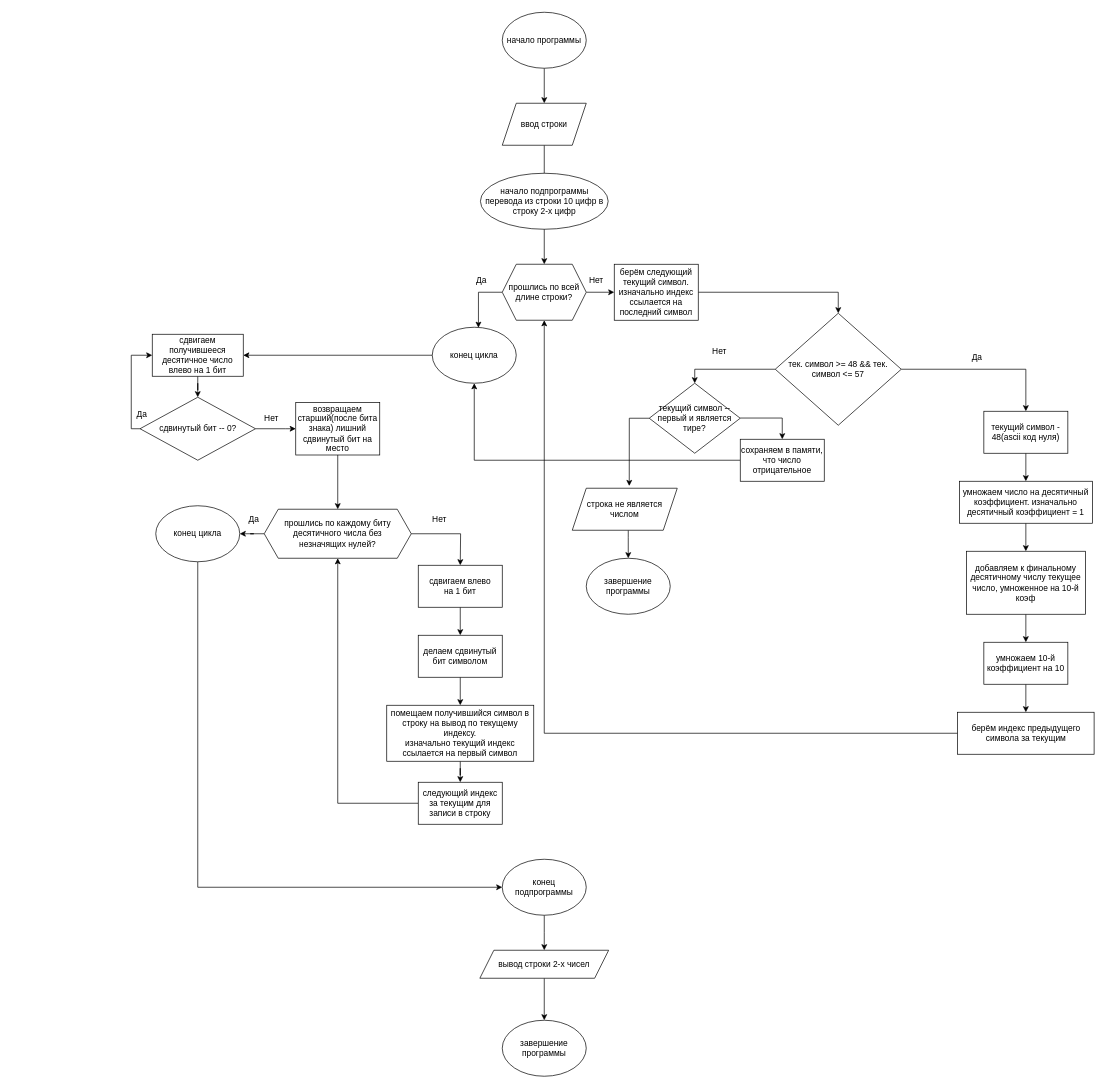
This is assembler_lab6.drawio from Macsik121/flowcharts, a draw.io file, before an edit. Source tidied: cells renumbered, new cells numbered last; positions are measured from the earlier drawing's top-left corner, leaving out a move shared by most shapes. Both pictures are drawn from the tidied source at 70%, with x=0, y=0 at pixel (127, 12).
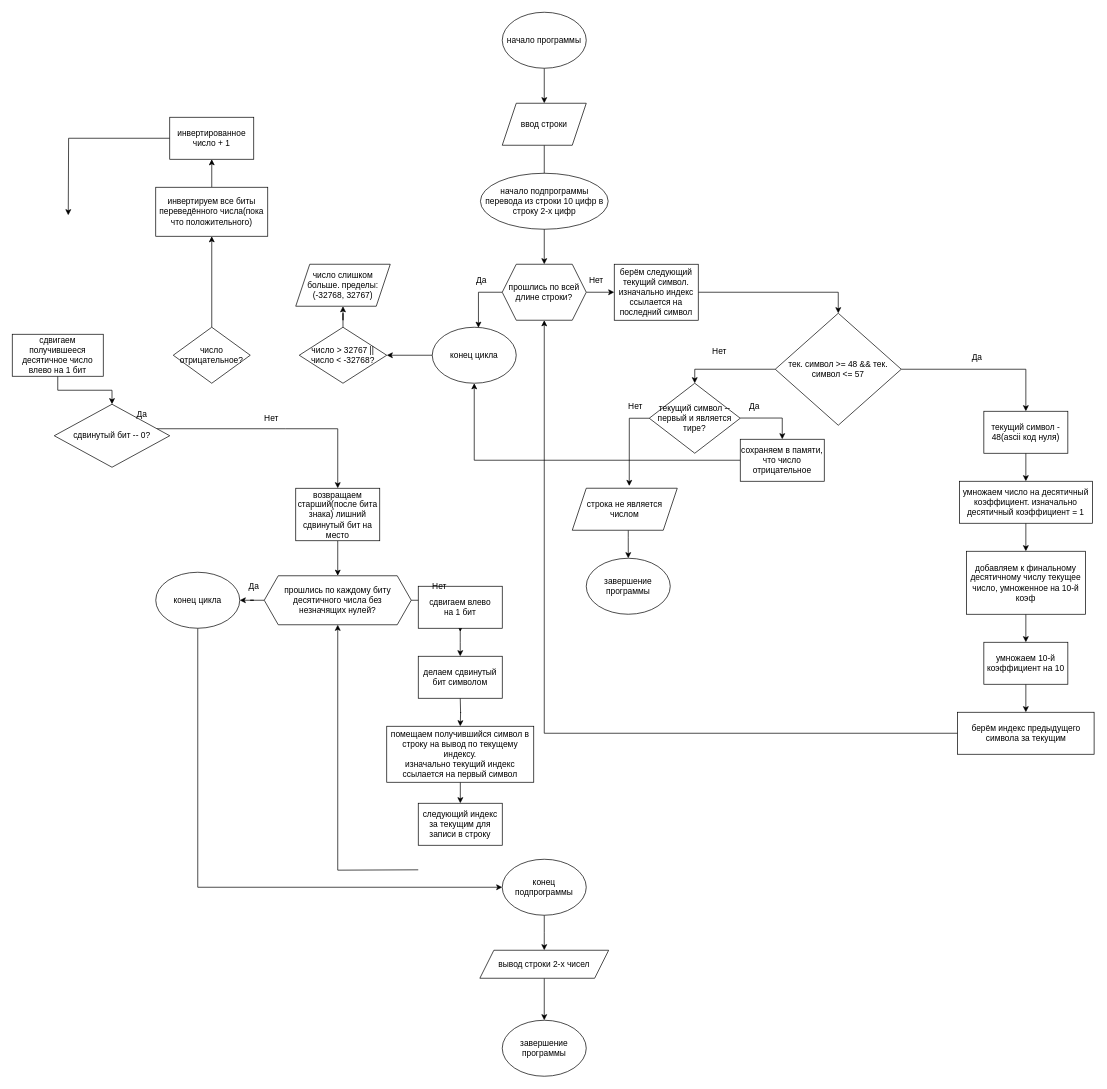
After the change.

Unchanged cells that the change refers to:
```xml
<mxCell id="10" value="конец цикла" style="ellipse;whiteSpace=wrap;html=1;" parent="1" vertex="1">
  <mxGeometry x="435" y="450" width="120" height="80" as="geometry" />
</mxCell>
```

Diff of the diagram source:
```diff
@@
-    <mxCell id="9" style="edgeStyle=orthogonalEdgeStyle;rounded=0;jettySize=auto;html=1;" parent="1" edge="1" source="10" target="26">
-      <mxGeometry relative="1" as="geometry" />
-    </mxCell>
+    <mxCell id="68" style="edgeStyle=orthogonalEdgeStyle;rounded=0;jettySize=auto;html=1;" parent="1" edge="1" source="10" target="78">
+      <mxGeometry relative="1" as="geometry" />
+    </mxCell>
@@
     <mxCell id="26" value="сдвигаем получившееся десятичное число влево на 1 бит" style="whiteSpace=wrap;html=1;" parent="1" vertex="1">
-      <mxGeometry x="35" y="460" width="130" height="60" as="geometry" />
+      <mxGeometry x="-165" y="460" width="130" height="60" as="geometry" />
     </mxCell>
-    <mxCell id="27" style="edgeStyle=orthogonalEdgeStyle;rounded=0;jettySize=auto;html=1;entryX=0;entryY=0.5;entryDx=0;entryDy=0;" parent="1" edge="1" source="29" target="26">
-      <mxGeometry relative="1" as="geometry">
-        <Array as="points">
-          <mxPoint x="5" y="595" />
-          <mxPoint x="5" y="490" />
-        </Array>
-      </mxGeometry>
-    </mxCell>
@@
     <mxCell id="29" value="сдвинутый бит -- 0?" style="rhombus;whiteSpace=wrap;html=1;" parent="1" vertex="1">
-      <mxGeometry x="17.5" y="550" width="165" height="90" as="geometry" />
+      <mxGeometry x="-105" y="560" width="165" height="90" as="geometry" />
     </mxCell>
     <mxCell id="30" style="edgeStyle=orthogonalEdgeStyle;rounded=0;jettySize=auto;html=1;" parent="1" edge="1" source="32">
       <mxGeometry relative="1" as="geometry">
-        <mxPoint x="475" y="790" as="targetPoint" />
+        <mxPoint x="475" y="885" as="targetPoint" />
       </mxGeometry>
     </mxCell>
@@
     <mxCell id="32" value="&lt;div&gt;прошлись по каждому биту десятичного числа без&lt;/div&gt;&lt;div&gt;незначящих нулей?&lt;/div&gt;" style="shape=hexagon;perimeter=hexagonPerimeter2;whiteSpace=wrap;html=1;fixedSize=1;" parent="1" vertex="1">
-      <mxGeometry x="195" y="710" width="210" height="70" as="geometry" />
+      <mxGeometry x="195" y="805" width="210" height="70" as="geometry" />
     </mxCell>
@@
-    <mxCell id="36" style="edgeStyle=orthogonalEdgeStyle;rounded=0;jettySize=auto;html=1;" parent="1" edge="1" source="37" target="41">
-      <mxGeometry relative="1" as="geometry" />
+    <mxCell id="36" style="edgeStyle=orthogonalEdgeStyle;rounded=0;jettySize=auto;html=1;" parent="1" edge="1" source="37">
+      <mxGeometry relative="1" as="geometry">
+        <mxPoint x="475" y="920" as="targetPoint" />
+      </mxGeometry>
     </mxCell>
     <mxCell id="37" value="&lt;div&gt;сдвигаем влево&lt;/div&gt;&lt;div&gt;на 1 бит&lt;/div&gt;" style="rounded=0;whiteSpace=wrap;html=1;" parent="1" vertex="1">
-      <mxGeometry x="415" y="790" width="120" height="60" as="geometry" />
+      <mxGeometry x="415" y="820" width="120" height="60" as="geometry" />
     </mxCell>
@@
-    <mxCell id="40" style="edgeStyle=orthogonalEdgeStyle;rounded=0;jettySize=auto;html=1;" parent="1" edge="1" source="41" target="43">
-      <mxGeometry relative="1" as="geometry" />
+    <mxCell id="40" style="edgeStyle=orthogonalEdgeStyle;rounded=0;orthogonalLoop=1;jettySize=auto;html=1;" parent="1" edge="1">
+      <mxGeometry relative="1" as="geometry">
+        <mxPoint x="475" y="980" as="sourcePoint" />
+        <mxPoint x="475" y="1020" as="targetPoint" />
+      </mxGeometry>
     </mxCell>
     <mxCell id="41" value="делаем сдвинутый бит символом" style="whiteSpace=wrap;html=1;rounded=0;" parent="1" vertex="1">
-      <mxGeometry x="415" y="890" width="120" height="60" as="geometry" />
+      <mxGeometry x="415" y="920" width="120" height="60" as="geometry" />
     </mxCell>
-    <mxCell id="42" style="edgeStyle=orthogonalEdgeStyle;rounded=0;jettySize=auto;html=1;" parent="1" edge="1" source="43" target="47">
-      <mxGeometry relative="1" as="geometry" />
+    <mxCell id="42" style="edgeStyle=orthogonalEdgeStyle;rounded=0;orthogonalLoop=1;jettySize=auto;html=1;" parent="1" edge="1">
+      <mxGeometry relative="1" as="geometry">
+        <mxPoint x="475.1" y="1100" as="sourcePoint" />
+        <mxPoint x="475.1" y="1130" as="targetPoint" />
+      </mxGeometry>
     </mxCell>
     <mxCell id="43" value="помещаем получившийся символ в строку на вывод по текущему индексу. &lt;br&gt;&lt;div&gt;изначально текущий индекс&lt;/div&gt;&lt;div&gt;ссылается на первый символ&lt;/div&gt;" style="whiteSpace=wrap;html=1;rounded=0;" parent="1" vertex="1">
-      <mxGeometry x="370" y="990" width="210" height="80" as="geometry" />
+      <mxGeometry x="370" y="1020" width="210" height="80" as="geometry" />
     </mxCell>
@@
     <mxCell id="45" value="возвращаем старший(после бита знака) лишний сдвинутый бит на место" style="whiteSpace=wrap;html=1;" parent="1" vertex="1">
-      <mxGeometry x="240" y="557.5" width="120" height="75" as="geometry" />
+      <mxGeometry x="240" y="680" width="120" height="75" as="geometry" />
     </mxCell>
-    <mxCell id="46" style="edgeStyle=orthogonalEdgeStyle;rounded=0;jettySize=auto;html=1;entryX=0.5;entryY=1;entryDx=0;entryDy=0;" parent="1" edge="1" source="47" target="32">
-      <mxGeometry relative="1" as="geometry" />
+    <mxCell id="46" style="edgeStyle=orthogonalEdgeStyle;rounded=0;jettySize=auto;html=1;entryX=0.5;entryY=1;entryDx=0;entryDy=0;" parent="1" edge="1" target="32">
+      <mxGeometry relative="1" as="geometry">
+        <mxPoint x="415" y="1225.1" as="sourcePoint" />
+      </mxGeometry>
     </mxCell>
     <mxCell id="47" value="следующий индекс за текущим для записи в строку" style="whiteSpace=wrap;html=1;rounded=0;" parent="1" vertex="1">
-      <mxGeometry x="415" y="1100" width="120" height="60" as="geometry" />
+      <mxGeometry x="415" y="1130" width="120" height="60" as="geometry" />
     </mxCell>
@@
     <mxCell id="49" value="конец цикла" style="ellipse;whiteSpace=wrap;html=1;" parent="1" vertex="1">
-      <mxGeometry x="40" y="705" width="120" height="80" as="geometry" />
+      <mxGeometry x="40" y="800" width="120" height="80" as="geometry" />
     </mxCell>
@@
     <mxCell id="61" value="Да" style="text;html=1;align=center;verticalAlign=middle;strokeColor=none;fillColor=none;" parent="1" vertex="1">
-      <mxGeometry x="160" y="710" width="40" height="30" as="geometry" />
+      <mxGeometry x="160" y="805" width="40" height="30" as="geometry" />
     </mxCell>
     <mxCell id="62" value="Нет" style="text;html=1;align=center;verticalAlign=middle;strokeColor=none;fillColor=none;" parent="1" vertex="1">
-      <mxGeometry x="425" y="710" width="40" height="30" as="geometry" />
+      <mxGeometry x="425" y="805" width="40" height="30" as="geometry" />
     </mxCell>
@@
+    <mxCell id="69" value="Да" style="text;html=1;align=center;verticalAlign=middle;strokeColor=none;fillColor=none;" parent="1" vertex="1">
+      <mxGeometry x="875" y="548" width="40" height="30" as="geometry" />
+    </mxCell>
+    <mxCell id="70" value="Нет" style="text;html=1;align=center;verticalAlign=middle;strokeColor=none;fillColor=none;" parent="1" vertex="1">
+      <mxGeometry x="705" y="548" width="40" height="30" as="geometry" />
+    </mxCell>
+    <mxCell id="71" style="edgeStyle=orthogonalEdgeStyle;rounded=0;jettySize=auto;html=1;" parent="1" edge="1" source="72" target="74">
+      <mxGeometry relative="1" as="geometry" />
+    </mxCell>
+    <mxCell id="72" value="число отрицательное?" style="rhombus;whiteSpace=wrap;html=1;" parent="1" vertex="1">
+      <mxGeometry x="65" y="450" width="110" height="80" as="geometry" />
+    </mxCell>
+    <mxCell id="73" style="edgeStyle=orthogonalEdgeStyle;rounded=0;jettySize=auto;html=1;" parent="1" edge="1" source="74" target="76">
+      <mxGeometry relative="1" as="geometry" />
+    </mxCell>
+    <mxCell id="74" value="инвертируем все биты переведённого числа(пока что положительного)" style="whiteSpace=wrap;html=1;" parent="1" vertex="1">
+      <mxGeometry x="40" y="250" width="160" height="70" as="geometry" />
+    </mxCell>
+    <mxCell id="75" style="edgeStyle=orthogonalEdgeStyle;rounded=0;jettySize=auto;html=1;" parent="1" edge="1" source="76">
+      <mxGeometry relative="1" as="geometry">
+        <mxPoint x="-85" y="290" as="targetPoint" />
+      </mxGeometry>
+    </mxCell>
+    <mxCell id="76" value="инвертированное число + 1" style="whiteSpace=wrap;html=1;" parent="1" vertex="1">
+      <mxGeometry x="60" y="150" width="120" height="60" as="geometry" />
+    </mxCell>
+    <mxCell id="77" style="edgeStyle=orthogonalEdgeStyle;rounded=0;jettySize=auto;html=1;" parent="1" edge="1" source="78" target="79">
+      <mxGeometry relative="1" as="geometry" />
+    </mxCell>
+    <mxCell id="78" value="число &amp;gt; 32767 || число &amp;lt; -32768?" style="rhombus;whiteSpace=wrap;html=1;" parent="1" vertex="1">
+      <mxGeometry x="245" y="450" width="125" height="80" as="geometry" />
+    </mxCell>
+    <mxCell id="79" value="число слишком больше. пределы: (-32768, 32767)" style="shape=parallelogram;perimeter=parallelogramPerimeter;whiteSpace=wrap;html=1;fixedSize=1;" parent="1" vertex="1">
+      <mxGeometry x="240" y="360" width="135" height="60" as="geometry" />
+    </mxCell>
```
